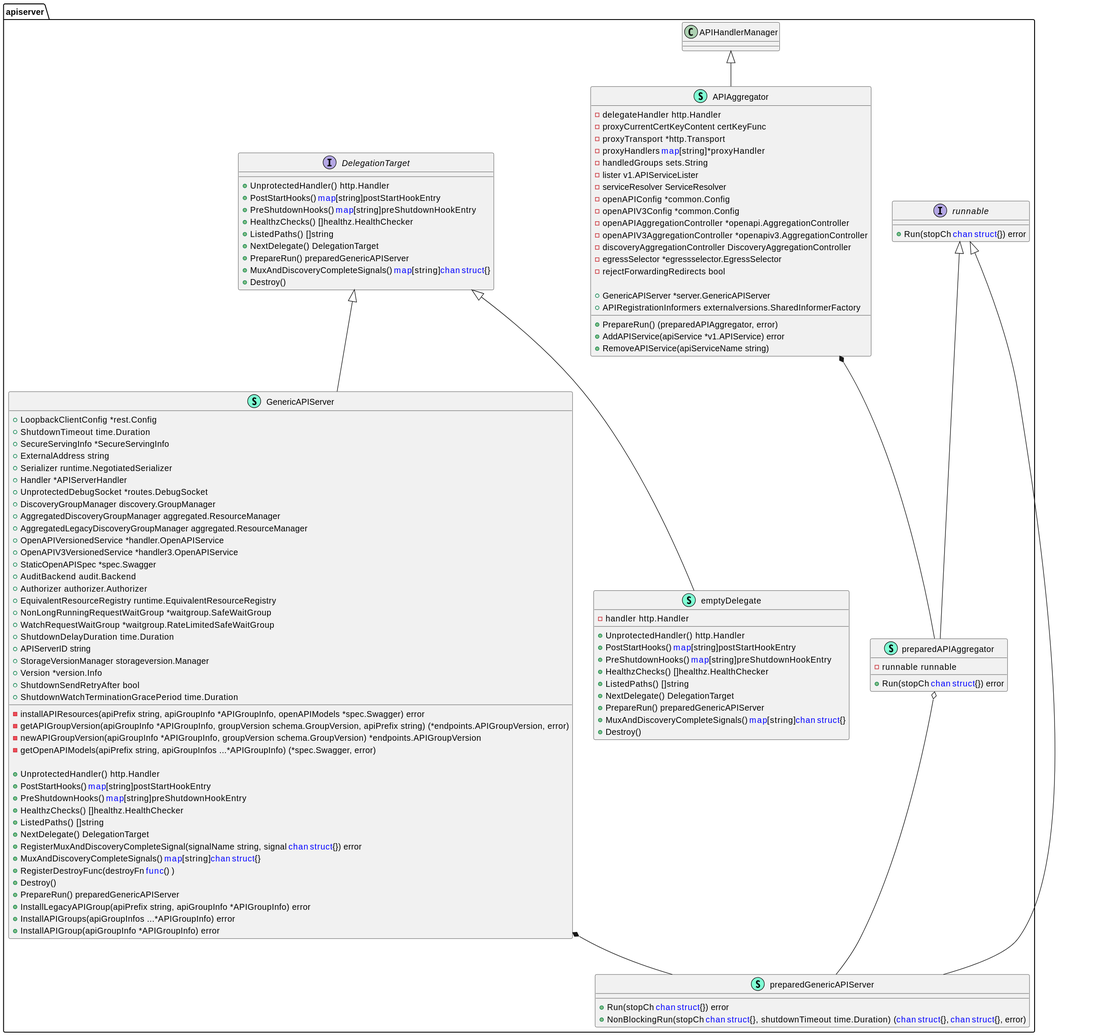
Above: out/uml/k8s/gen_puml/manual/kube_apiserver/kube_apiserver.svg in hotttao/tools (PlantUML), before the change.
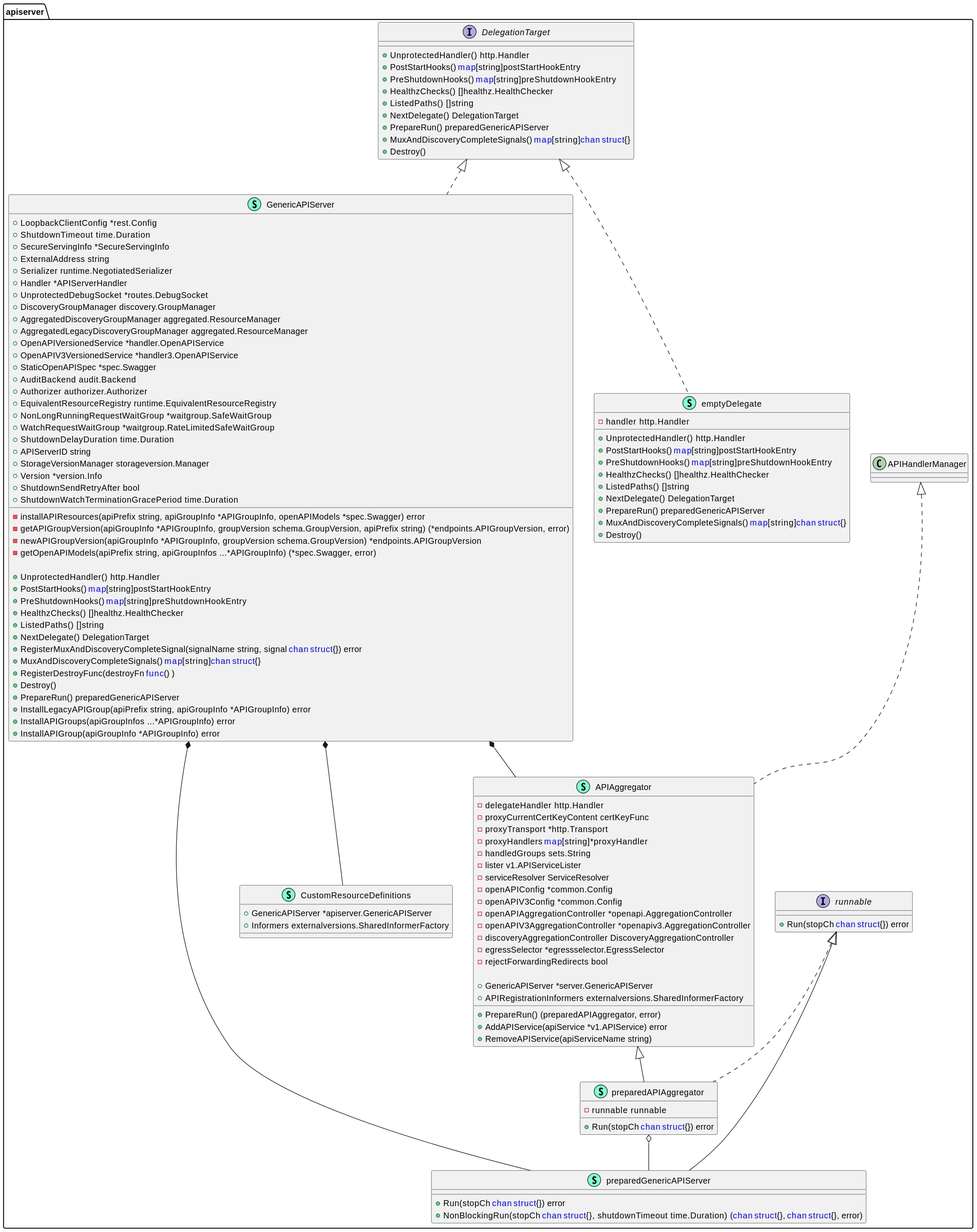
The same file after the commit.

Diff of the diagram source:
```diff
@@ -120,18 +120,29 @@
 
     }
 
+    class CustomResourceDefinitions << (S,Aquamarine) >> {
+        + GenericAPIServer *apiserver.GenericAPIServer
+        + Informers externalversions.SharedInformerFactory
+
+    }
+
 }
-"apiserver.APIAggregator" *-- "apiserver.preparedAPIAggregator"
 
-"apiserver.APIHandlerManager" <|-- "apiserver.APIAggregator"
+"apiserver.APIAggregator" <|-- "apiserver.preparedAPIAggregator"
 
-"apiserver.runnable" <|-- "apiserver.preparedAPIAggregator"
+"apiserver.APIHandlerManager" <|.. "apiserver.APIAggregator"
+
+"apiserver.runnable" <|.. "apiserver.preparedAPIAggregator"
 
 "apiserver.GenericAPIServer" *-- "apiserver.preparedGenericAPIServer"
+"apiserver.GenericAPIServer" *-- "apiserver.APIAggregator"
+"apiserver.GenericAPIServer" *-- "apiserver.CustomResourceDefinitions"
 
-"apiserver.DelegationTarget" <|-- "apiserver.GenericAPIServer"
-"apiserver.DelegationTarget" <|-- "apiserver.emptyDelegate"
+"apiserver.DelegationTarget" <|.. "apiserver.GenericAPIServer"
+"apiserver.DelegationTarget" <|.. "apiserver.emptyDelegate"
 "apiserver.runnable" <|-- "apiserver.preparedGenericAPIServer"
 
 "apiserver.preparedAPIAggregator" o-- "apiserver.preparedGenericAPIServer"
+
+
 @enduml
```
